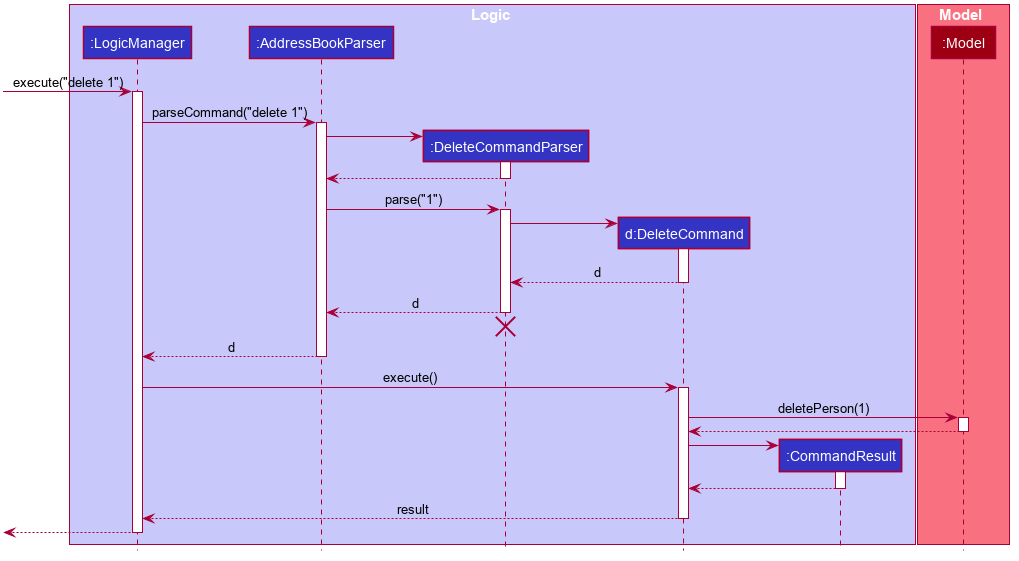
Earlier version of the PlantUML export docs/images/DeleteSequenceDiagram.png (nus-cs2103-AY2223S2/tp).
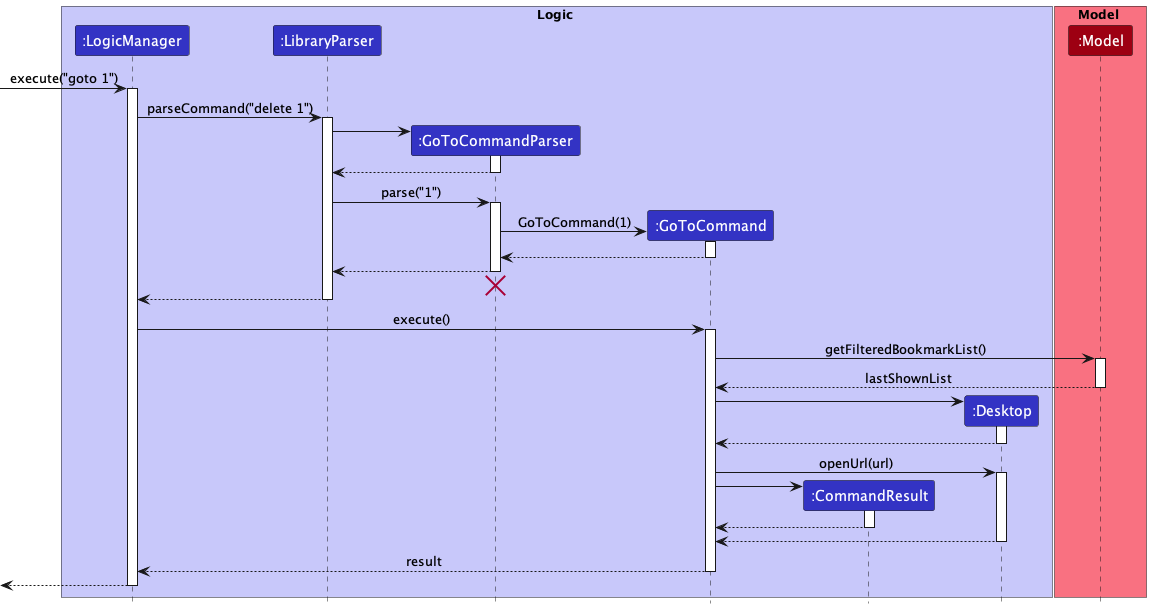
The same diagram one commit later.

Diff of the diagram source:
```diff
@@ -1,114 +1,81 @@
 @startuml
+!include style.puml
+
+box Logic LOGIC_COLOR_T1
+participant ":LogicManager" as LogicManager LOGIC_COLOR
+participant ":LibraryParser" as LibraryParser LOGIC_COLOR
+participant ":GoToCommandParser" as GoToCommandParser LOGIC_COLOR
+participant ":GoToCommand" as GoToCommand LOGIC_COLOR
+participant ":CommandResult" as CommandResult LOGIC_COLOR
+participant ":Desktop" as Desktop LOGIC_COLOR
+end box
+
+box Model MODEL_COLOR_T1
+participant ":Model" as Model MODEL_COLOR
+end box
+
+[-> LogicManager : execute("goto 1")
+activate LogicManager
+
+LogicManager -> LibraryParser : parseCommand("delete 1")
+activate LibraryParser
+
+create GoToCommandParser
+LibraryParser -> GoToCommandParser
+activate GoToCommandParser
+
+GoToCommandParser --> LibraryParser
+deactivate GoToCommandParser
+
+LibraryParser -> GoToCommandParser : parse("1")
+activate GoToCommandParser
+
+create GoToCommand
+GoToCommandParser -> GoToCommand : GoToCommand(1)
+activate GoToCommand
+
+GoToCommand --> GoToCommandParser :
+deactivate GoToCommand
+
+GoToCommandParser --> LibraryParser :
+deactivate GoToCommandParser
+GoToCommandParser -[hidden]-> LibraryParser
+destroy GoToCommandParser
+
+LibraryParser --> LogicManager :
+deactivate LibraryParser
+
+LogicManager -> GoToCommand : execute()
+activate GoToCommand
+
+GoToCommand -> Model : getFilteredBookmarkList()
+activate Model
+
+Model --> GoToCommand : lastShownList
+deactivate Model
+
+create Desktop
+GoToCommand -> Desktop
+activate Desktop
+Desktop --> GoToCommand
+deactivate Desktop
+
+GoToCommand -> Desktop : openUrl(url)
+activate Desktop
 
 
 
-
-
-
-
-
-skinparam BackgroundColor #FFFFFFF
-
-skinparam Shadowing false
-
-skinparam Class {
-    FontColor #FFFFFF
-    BorderThickness 1
-    BorderColor #FFFFFF
-    StereotypeFontColor #FFFFFF
-    FontName Arial
-}
-
-skinparam Actor {
-    BorderColor #000000
-    Color #000000
-    FontName Arial
-}
-
-skinparam Sequence {
-    MessageAlign center
-    BoxFontSize 15
-    BoxPadding 0
-    BoxFontColor #FFFFFF
-    FontName Arial
-}
-
-skinparam Participant {
-    FontColor #FFFFFFF
-    Padding 20
-}
-
-skinparam MinClassWidth 50
-skinparam ParticipantPadding 10
-skinparam Shadowing false
-skinparam DefaultTextAlignment center
-skinparam packageStyle Rectangle
-
-hide footbox
-hide members
-hide circle
-
-box Logic #C8C8FA
-participant ":LogicManager" as LogicManager #3333C4
-participant ":AddressBookParser" as AddressBookParser #3333C4
-participant ":DeleteCommandParser" as DeleteCommandParser #3333C4
-participant "d:DeleteCommand" as DeleteCommand #3333C4
-participant ":CommandResult" as CommandResult #3333C4
-end box
-
-box Model #F97181
-participant ":Model" as Model #9D0012
-end box
-
-[-> LogicManager : execute("delete 1")
-activate LogicManager
-
-LogicManager -> AddressBookParser : parseCommand("delete 1")
-activate AddressBookParser
-
-create DeleteCommandParser
-AddressBookParser -> DeleteCommandParser
-activate DeleteCommandParser
-
-DeleteCommandParser --> AddressBookParser
-deactivate DeleteCommandParser
-
-AddressBookParser -> DeleteCommandParser : parse("1")
-activate DeleteCommandParser
-
-create DeleteCommand
-DeleteCommandParser -> DeleteCommand
-activate DeleteCommand
-
-DeleteCommand --> DeleteCommandParser : d
-deactivate DeleteCommand
-
-DeleteCommandParser --> AddressBookParser : d
-deactivate DeleteCommandParser
-DeleteCommandParser -[hidden]-> AddressBookParser
-destroy DeleteCommandParser
-
-AddressBookParser --> LogicManager : d
-deactivate AddressBookParser
-
-LogicManager -> DeleteCommand : execute()
-activate DeleteCommand
-
-DeleteCommand -> Model : deletePerson(1)
-activate Model
-
-Model --> DeleteCommand
-deactivate Model
-
 create CommandResult
-DeleteCommand -> CommandResult
+GoToCommand -> CommandResult
 activate CommandResult
 
-CommandResult --> DeleteCommand
+CommandResult --> GoToCommand
 deactivate CommandResult
+Desktop --> GoToCommand
+deactivate Desktop
 
-DeleteCommand --> LogicManager : result
-deactivate DeleteCommand
+GoToCommand --> LogicManager : result
+deactivate GoToCommand
 
 [<--LogicManager
 deactivate LogicManager
```
